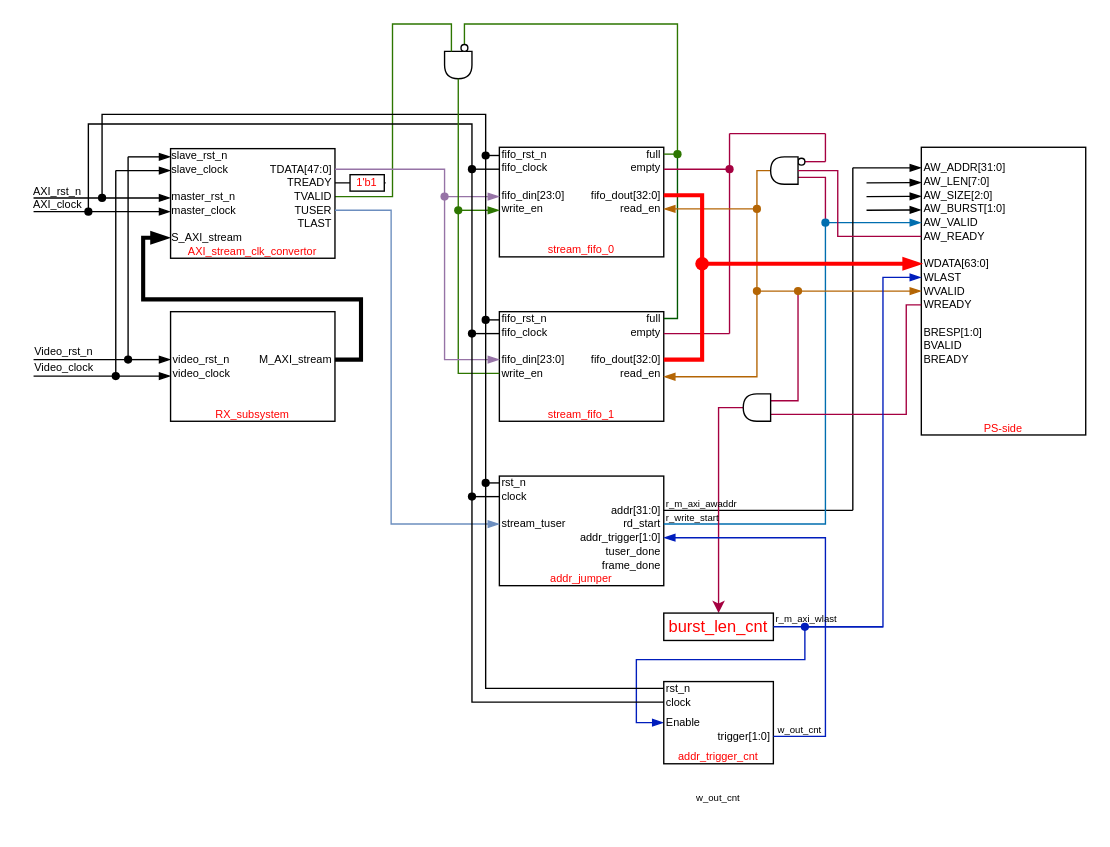
Before: Our_design/Our_design.drawio in YZchen3467/drawio, a draw.io diagram. Source tidied: cells renumbered, new cells numbered last; positions are measured from the earlier drawing's top-left corner, leaving out a move shared by most shapes. Both pictures are drawn from the tidied source at 137%, with x=0, y=0 at pixel (30, 23).
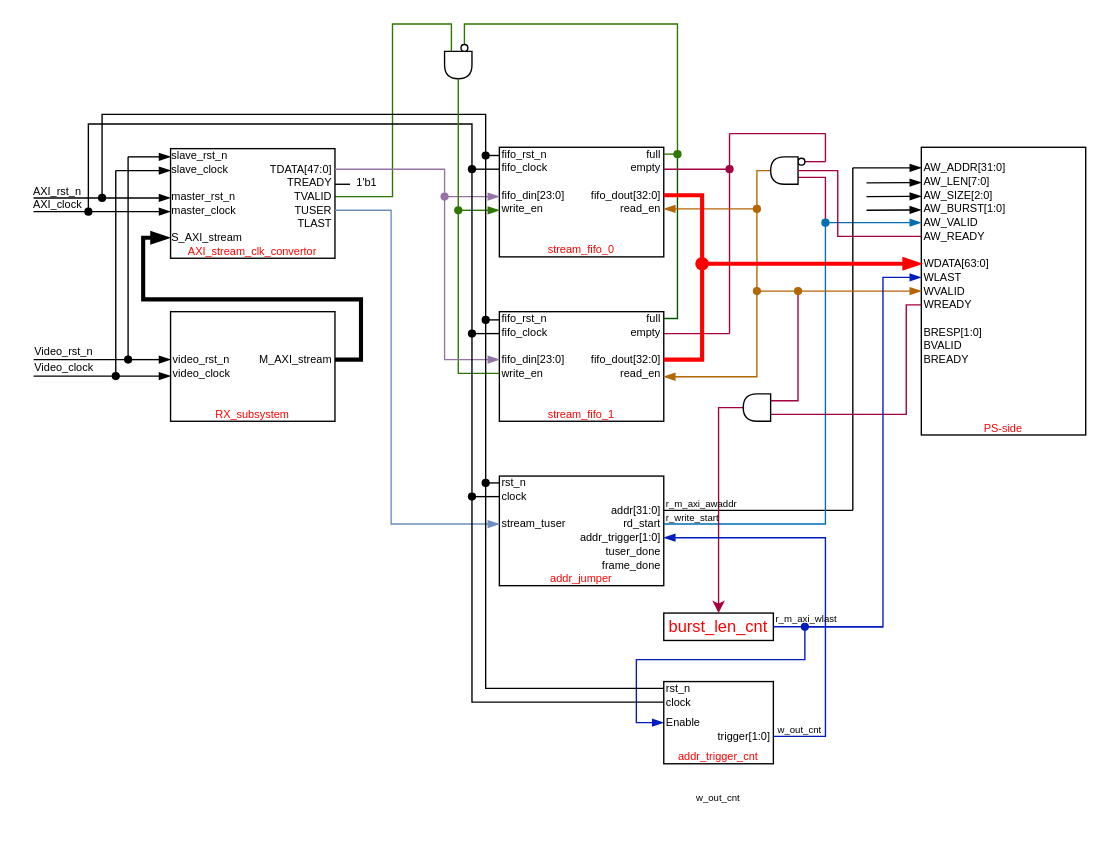
After the change.

Unchanged cells that the change refers to:
```xml
<mxCell id="150" value="TREADY" style="text;html=1;strokeColor=none;fillColor=none;align=right;verticalAlign=middle;whiteSpace=wrap;rounded=0;strokeWidth=0;fontSize=8;horizontal=1;" parent="1" vertex="1">
  <mxGeometry x="162" y="111" width="60" height="10" as="geometry" />
</mxCell>
```

The edit, as a diff of the source:
```diff
@@
-    <mxCell id="183" style="edgeStyle=orthogonalEdgeStyle;rounded=0;jettySize=auto;html=1;endArrow=none;endFill=0;entryX=1;entryY=0.5;entryDx=0;entryDy=0;" parent="1" edge="1" source="184" target="150">
-      <mxGeometry relative="1" as="geometry">
-        <Array as="points">
-          <mxPoint x="259" y="116" />
-          <mxPoint x="259" y="116" />
-        </Array>
-      </mxGeometry>
-    </mxCell>
-    <mxCell id="184" value="&lt;font color=&quot;#ff0000&quot;&gt;1'b1&lt;/font&gt;" style="text;html=1;align=center;verticalAlign=middle;whiteSpace=wrap;rounded=0;fontSize=8;labelBackgroundColor=#FFFFFF;fillColor=default;strokeColor=default;" parent="1" vertex="1">
+    <mxCell id="184" value="1'b1" style="text;html=1;align=center;verticalAlign=middle;whiteSpace=wrap;rounded=0;fontSize=8;labelBackgroundColor=none;fillColor=none;strokeColor=none;" parent="1" vertex="1">
       <mxGeometry x="233" y="110" width="25" height="12" as="geometry" />
     </mxCell>
+    <mxCell id="185" style="endArrow=none;html=1;rounded=0;exitX=1;exitY=0.5;exitDx=0;exitDy=0;entryX=0;entryY=0.5;entryDx=0;entryDy=0;" parent="1" edge="1">
+      <mxGeometry relative="1" as="geometry">
+        <mxPoint x="222" y="117" as="sourcePoint" />
+        <mxPoint x="233" y="117" as="targetPoint" />
+      </mxGeometry>
+    </mxCell>
```
